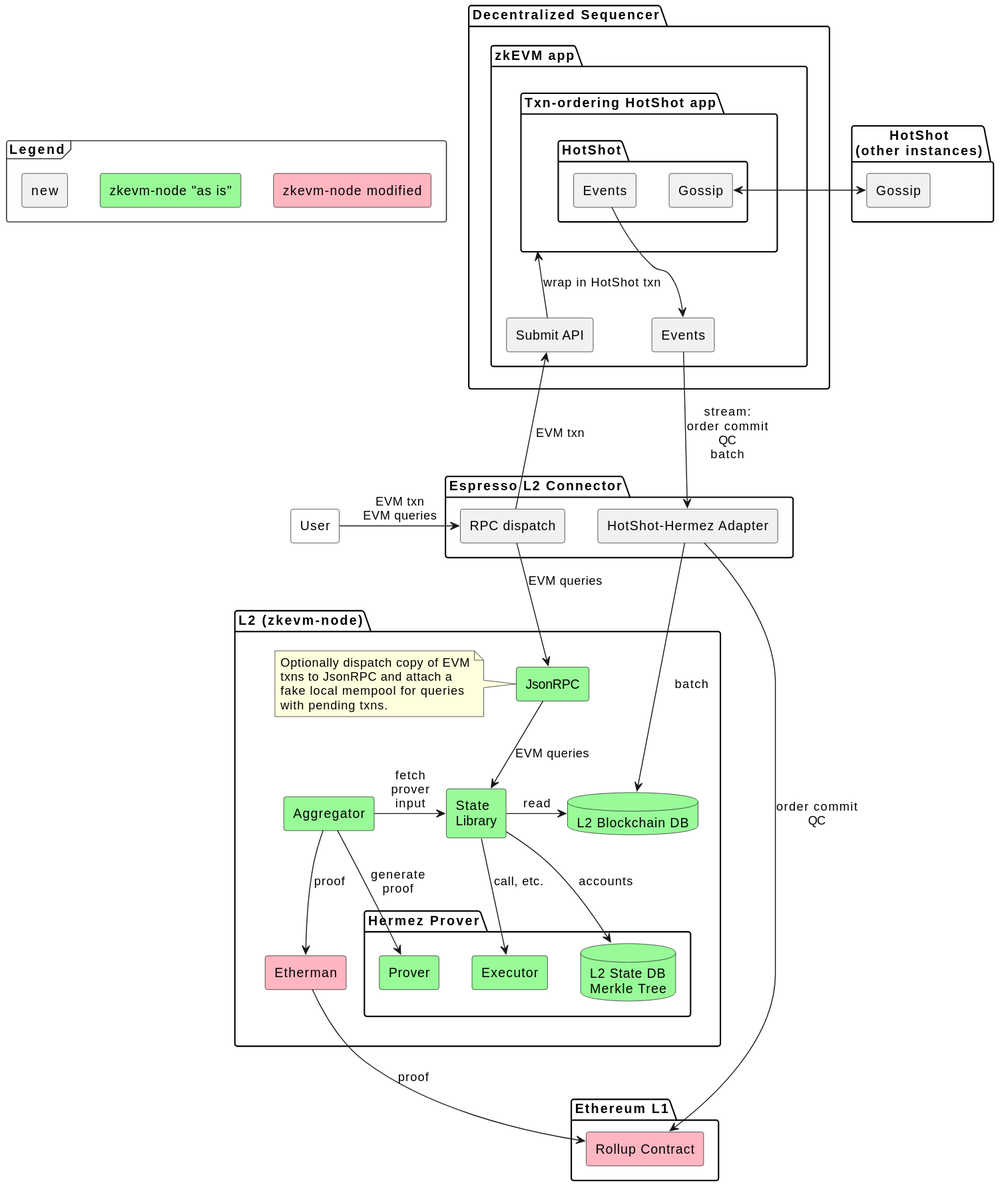
This is doc/architecture.svg from EspressoSystems/espresso-sequencer, a PlantUML export, as it was before one commit.
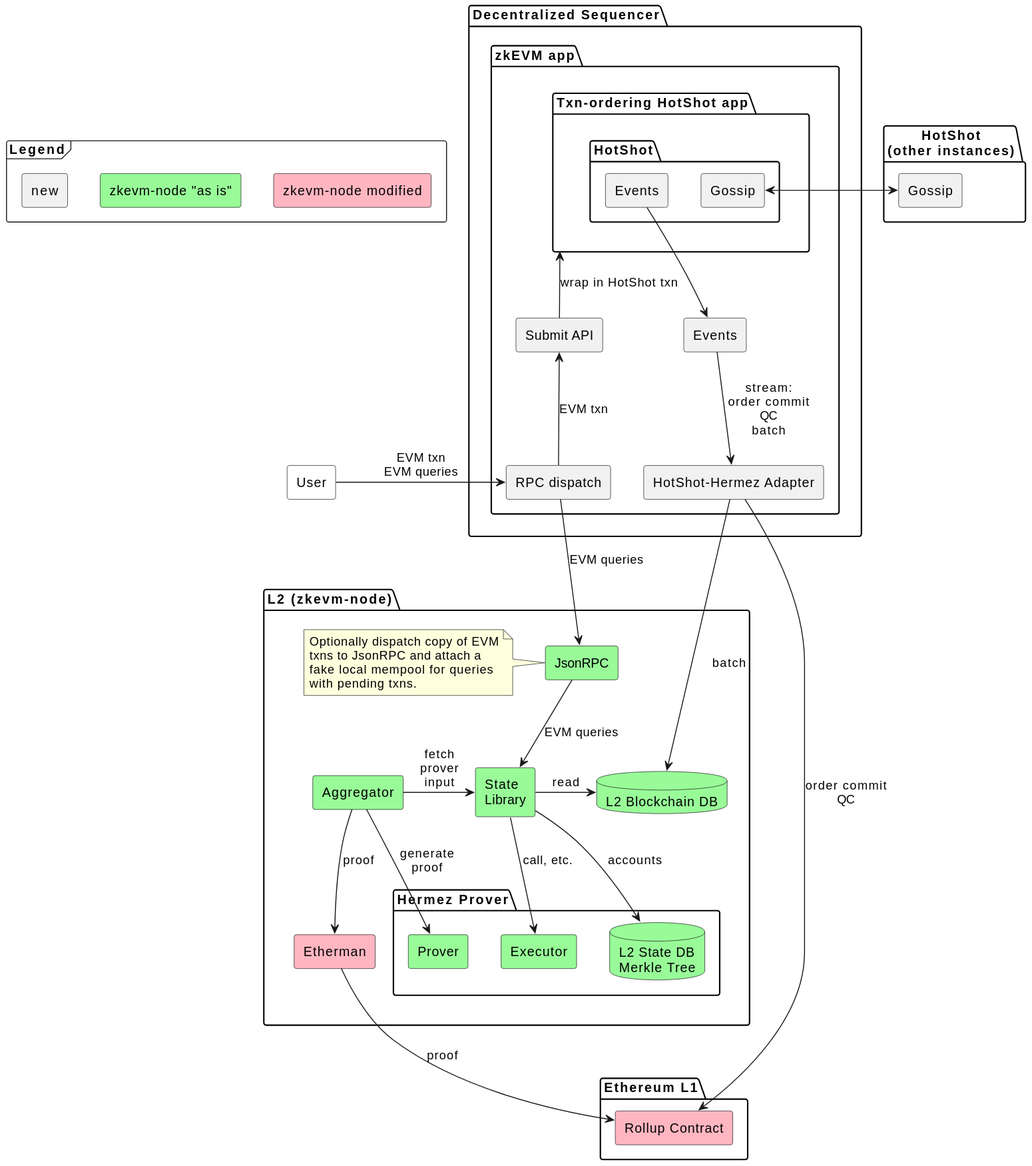
The same file after the commit.

The edit, as a diff of the source:
```diff
@@ -25,14 +25,11 @@
         component "Events" as HotShotEvents
       }
     }
+    component "HotShot-Hermez Adapter" as Adapter
+    component "RPC dispatch" as Dispatch
   }
 }
 
-
-package "Espresso L2 Connector" as Connector {
-  component "HotShot-Hermez Adapter" as Adapter
-  component "RPC dispatch" as Dispatch
-}
 
 package "Ethereum L1" as L1 {
   component "Rollup Contract" as Rollup #LightPink
```
